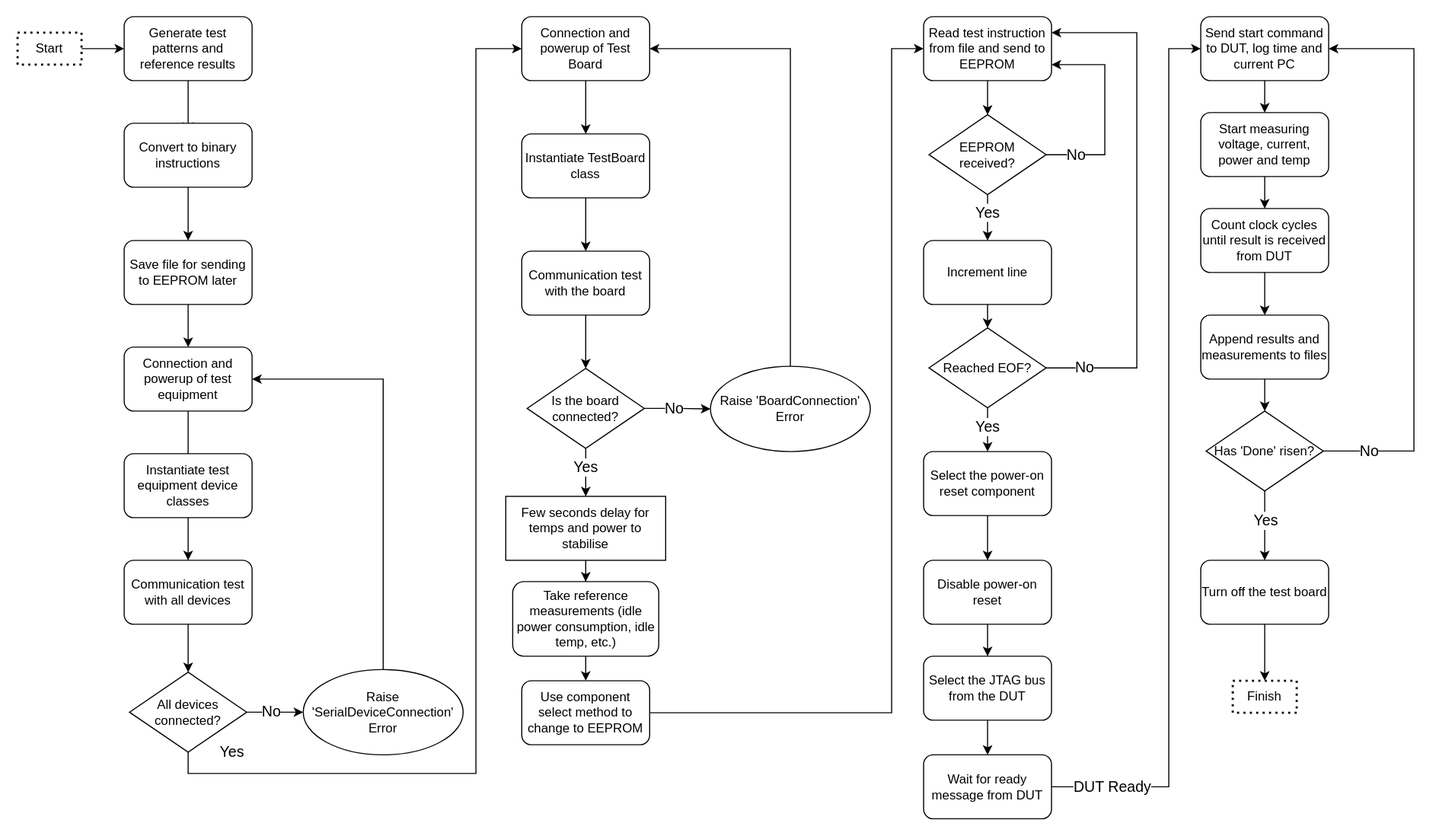
Before: control_flow.svg, a diagram exported from draw.io (InonL/validation). Source tidied: cells renumbered, new cells last; positions are measured from the earlier drawing's top-left corner, leaving out a move shared by most shapes. Its diagram source:
```xml
<mxGraphModel>
  <root>
    <mxCell id="0" />
    <mxCell id="1" parent="0" />
    <mxCell id="2" style="rounded=0;html=1;jettySize=auto;orthogonalLoop=1;fontSize=11;endArrow=classic;endFill=1;endSize=8;strokeWidth=1;shadow=0;labelBackgroundColor=none;edgeStyle=orthogonalEdgeStyle;" parent="1" edge="1">
      <mxGeometry relative="1" as="geometry">
        <mxPoint x="160" y="60" as="sourcePoint" />
        <mxPoint x="160" y="110" as="targetPoint" />
      </mxGeometry>
    </mxCell>
    <mxCell id="3" style="edgeStyle=orthogonalEdgeStyle;rounded=0;jettySize=auto;html=1;exitX=0.5;exitY=1;exitDx=0;exitDy=0;" parent="1" edge="1" source="4" target="7">
      <mxGeometry relative="1" as="geometry" />
    </mxCell>
    <mxCell id="4" value="Convert to binary instructions" style="rounded=1;whiteSpace=wrap;html=1;" parent="1" vertex="1">
      <mxGeometry x="100" y="100" width="120" height="60" as="geometry" />
    </mxCell>
    <mxCell id="5" value="Generate test patterns and reference results" style="rounded=1;whiteSpace=wrap;html=1;" parent="1" vertex="1">
      <mxGeometry x="100" width="120" height="60" as="geometry" />
    </mxCell>
    <mxCell id="6" style="edgeStyle=orthogonalEdgeStyle;rounded=0;jettySize=auto;html=1;" parent="1" edge="1" source="7" target="9">
      <mxGeometry relative="1" as="geometry" />
    </mxCell>
    <mxCell id="7" value="Save file for sending to EEPROM later" style="rounded=1;whiteSpace=wrap;html=1;" parent="1" vertex="1">
      <mxGeometry x="100" y="210" width="120" height="60" as="geometry" />
    </mxCell>
    <mxCell id="8" style="edgeStyle=orthogonalEdgeStyle;rounded=0;jettySize=auto;html=1;exitX=0.5;exitY=1;exitDx=0;exitDy=0;" parent="1" edge="1" source="9">
      <mxGeometry relative="1" as="geometry">
        <mxPoint x="160" y="420" as="targetPoint" />
      </mxGeometry>
    </mxCell>
    <mxCell id="9" value="Connection and powerup of test equipment" style="rounded=1;whiteSpace=wrap;html=1;" parent="1" vertex="1">
      <mxGeometry x="100" y="310" width="120" height="60" as="geometry" />
    </mxCell>
    <mxCell id="10" style="edgeStyle=orthogonalEdgeStyle;rounded=0;jettySize=auto;html=1;" parent="1" edge="1" source="11" target="16">
      <mxGeometry relative="1" as="geometry" />
    </mxCell>
    <mxCell id="11" value="Communication test with all devices" style="rounded=1;whiteSpace=wrap;html=1;" parent="1" vertex="1">
      <mxGeometry x="100" y="510" width="120" height="60" as="geometry" />
    </mxCell>
    <mxCell id="12" style="edgeStyle=orthogonalEdgeStyle;rounded=0;jettySize=auto;html=1;" parent="1" edge="1" source="16" target="18">
      <mxGeometry relative="1" as="geometry" />
    </mxCell>
    <mxCell id="13" value="No" style="edgeLabel;html=1;align=center;verticalAlign=middle;fontSize=14;" parent="12" vertex="1">
      <mxGeometry x="-0.03" y="-1" relative="1" as="geometry">
        <mxPoint x="-4" y="-2" as="offset" />
      </mxGeometry>
    </mxCell>
    <mxCell id="14" style="edgeStyle=orthogonalEdgeStyle;rounded=0;jettySize=auto;html=1;exitX=0.5;exitY=1;exitDx=0;exitDy=0;entryX=0;entryY=0.5;entryDx=0;entryDy=0;" parent="1" edge="1" source="16" target="22">
      <mxGeometry relative="1" as="geometry">
        <Array as="points">
          <mxPoint x="160" y="710" />
          <mxPoint x="430" y="710" />
          <mxPoint x="430" y="30" />
        </Array>
      </mxGeometry>
    </mxCell>
    <mxCell id="15" value="Yes" style="edgeLabel;html=1;align=center;verticalAlign=middle;fontSize=14;" parent="14" vertex="1">
      <mxGeometry x="-0.2" y="-1" relative="1" as="geometry">
        <mxPoint x="-231" y="94" as="offset" />
      </mxGeometry>
    </mxCell>
    <mxCell id="16" value="All devices connected?" style="rhombus;whiteSpace=wrap;html=1;" parent="1" vertex="1">
      <mxGeometry x="105" y="615" width="110" height="75" as="geometry" />
    </mxCell>
    <mxCell id="17" style="edgeStyle=orthogonalEdgeStyle;rounded=0;jettySize=auto;html=1;exitX=0.5;exitY=0;exitDx=0;exitDy=0;entryX=1;entryY=0.5;entryDx=0;entryDy=0;" parent="1" edge="1" source="18" target="9">
      <mxGeometry relative="1" as="geometry" />
    </mxCell>
    <mxCell id="18" value="Raise 'SerialDeviceConnection' Error" style="ellipse;whiteSpace=wrap;html=1;" parent="1" vertex="1">
      <mxGeometry x="268" y="612.5" width="150" height="80" as="geometry" />
    </mxCell>
    <mxCell id="19" style="edgeStyle=orthogonalEdgeStyle;rounded=0;jettySize=auto;html=1;exitX=0.5;exitY=1;exitDx=0;exitDy=0;entryX=0.5;entryY=0;entryDx=0;entryDy=0;" parent="1" edge="1" source="20" target="11">
      <mxGeometry relative="1" as="geometry" />
    </mxCell>
    <mxCell id="20" value="Instantiate test equipment device classes" style="rounded=1;whiteSpace=wrap;html=1;" parent="1" vertex="1">
      <mxGeometry x="100" y="410" width="120" height="60" as="geometry" />
    </mxCell>
    <mxCell id="21" style="edgeStyle=orthogonalEdgeStyle;rounded=0;jettySize=auto;html=1;" parent="1" edge="1" source="22" target="26">
      <mxGeometry relative="1" as="geometry" />
    </mxCell>
    <mxCell id="22" value="Connection and powerup of Test Board" style="rounded=1;whiteSpace=wrap;html=1;" parent="1" vertex="1">
      <mxGeometry x="473" width="120" height="60" as="geometry" />
    </mxCell>
    <mxCell id="23" style="edgeStyle=orthogonalEdgeStyle;rounded=0;jettySize=auto;html=1;" parent="1" edge="1" source="24" target="5">
      <mxGeometry relative="1" as="geometry" />
    </mxCell>
    <mxCell id="24" value="Start" style="rounded=0;whiteSpace=wrap;html=1;dashed=1;dashPattern=1 2;strokeWidth=2;" parent="1" vertex="1">
      <mxGeometry y="15" width="60" height="30" as="geometry" />
    </mxCell>
    <mxCell id="25" style="edgeStyle=orthogonalEdgeStyle;rounded=0;jettySize=auto;html=1;" parent="1" edge="1" source="26" target="35">
      <mxGeometry relative="1" as="geometry" />
    </mxCell>
    <mxCell id="26" value="Instantiate TestBoard class" style="rounded=1;whiteSpace=wrap;html=1;" parent="1" vertex="1">
      <mxGeometry x="473" y="110" width="120" height="60" as="geometry" />
    </mxCell>
    <mxCell id="27" style="edgeStyle=orthogonalEdgeStyle;rounded=0;jettySize=auto;html=1;" parent="1" edge="1" source="31" target="33">
      <mxGeometry relative="1" as="geometry" />
    </mxCell>
    <mxCell id="28" value="No" style="edgeLabel;html=1;align=center;verticalAlign=middle;fontSize=14;" parent="27" vertex="1">
      <mxGeometry x="-0.12" relative="1" as="geometry">
        <mxPoint x="-1" as="offset" />
      </mxGeometry>
    </mxCell>
    <mxCell id="29" style="edgeStyle=orthogonalEdgeStyle;rounded=0;jettySize=auto;html=1;" parent="1" edge="1" source="31" target="37">
      <mxGeometry relative="1" as="geometry" />
    </mxCell>
    <mxCell id="30" value="Yes" style="edgeLabel;html=1;align=center;verticalAlign=middle;fontSize=14;" parent="29" vertex="1">
      <mxGeometry x="-0.47" y="-1" relative="1" as="geometry">
        <mxPoint y="5" as="offset" />
      </mxGeometry>
    </mxCell>
    <mxCell id="31" value="Is the board connected?" style="rhombus;whiteSpace=wrap;html=1;" parent="1" vertex="1">
      <mxGeometry x="478" y="330" width="110" height="75" as="geometry" />
    </mxCell>
    <mxCell id="32" style="edgeStyle=orthogonalEdgeStyle;rounded=0;jettySize=auto;html=1;exitX=0.5;exitY=0;exitDx=0;exitDy=0;entryX=1;entryY=0.5;entryDx=0;entryDy=0;" parent="1" edge="1" source="33" target="22">
      <mxGeometry relative="1" as="geometry" />
    </mxCell>
    <mxCell id="33" value="Raise 'BoardConnection' Error" style="ellipse;whiteSpace=wrap;html=1;" parent="1" vertex="1">
      <mxGeometry x="650" y="328" width="150" height="80" as="geometry" />
    </mxCell>
    <mxCell id="34" style="edgeStyle=orthogonalEdgeStyle;rounded=0;jettySize=auto;html=1;" parent="1" edge="1" source="35" target="31">
      <mxGeometry relative="1" as="geometry" />
    </mxCell>
    <mxCell id="35" value="Communication test with the board" style="rounded=1;whiteSpace=wrap;html=1;" parent="1" vertex="1">
      <mxGeometry x="473" y="220" width="120" height="60" as="geometry" />
    </mxCell>
    <mxCell id="36" style="edgeStyle=orthogonalEdgeStyle;rounded=0;jettySize=auto;html=1;" parent="1" edge="1" source="37" target="39">
      <mxGeometry relative="1" as="geometry" />
    </mxCell>
    <mxCell id="37" value="Few seconds delay for temps and power to stabilise" style="rounded=0;whiteSpace=wrap;html=1;" parent="1" vertex="1">
      <mxGeometry x="458" y="450" width="150" height="60" as="geometry" />
    </mxCell>
    <mxCell id="38" style="edgeStyle=orthogonalEdgeStyle;rounded=0;jettySize=auto;html=1;" parent="1" edge="1" source="39" target="41">
      <mxGeometry relative="1" as="geometry" />
    </mxCell>
    <mxCell id="39" value="&lt;font style=&quot;font-size: 12px;&quot;&gt;Take reference measurements (idle power consumption, idle temp, etc.)&lt;/font&gt;" style="rounded=1;whiteSpace=wrap;html=1;" parent="1" vertex="1">
      <mxGeometry x="464.5" y="530" width="137" height="70" as="geometry" />
    </mxCell>
    <mxCell id="40" style="edgeStyle=orthogonalEdgeStyle;rounded=0;jettySize=auto;html=1;exitX=1;exitY=0.5;exitDx=0;exitDy=0;entryX=0;entryY=0.5;entryDx=0;entryDy=0;" parent="1" edge="1" source="41" target="43">
      <mxGeometry relative="1" as="geometry">
        <Array as="points">
          <mxPoint x="820" y="653" />
          <mxPoint x="820" y="30" />
        </Array>
      </mxGeometry>
    </mxCell>
    <mxCell id="41" value="Use component select method to change to EEPROM" style="rounded=1;whiteSpace=wrap;html=1;" parent="1" vertex="1">
      <mxGeometry x="473" y="623" width="120" height="60" as="geometry" />
    </mxCell>
    <mxCell id="42" style="edgeStyle=orthogonalEdgeStyle;rounded=0;jettySize=auto;html=1;" parent="1" edge="1" source="43" target="48">
      <mxGeometry relative="1" as="geometry" />
    </mxCell>
    <mxCell id="43" value="Read test instruction from file and send to EEPROM" style="rounded=1;whiteSpace=wrap;html=1;" parent="1" vertex="1">
      <mxGeometry x="850" width="120" height="60" as="geometry" />
    </mxCell>
    <mxCell id="44" style="edgeStyle=orthogonalEdgeStyle;rounded=0;jettySize=auto;html=1;" parent="1" edge="1" source="48" target="50">
      <mxGeometry relative="1" as="geometry" />
    </mxCell>
    <mxCell id="45" value="Yes" style="edgeLabel;html=1;align=center;verticalAlign=middle;fontSize=14;" parent="44" vertex="1">
      <mxGeometry x="-0.62" y="4" relative="1" as="geometry">
        <mxPoint x="-5" y="8" as="offset" />
      </mxGeometry>
    </mxCell>
    <mxCell id="46" style="edgeStyle=orthogonalEdgeStyle;rounded=0;jettySize=auto;html=1;exitX=1;exitY=0.5;exitDx=0;exitDy=0;entryX=1;entryY=0.75;entryDx=0;entryDy=0;" parent="1" edge="1" source="48" target="43">
      <mxGeometry relative="1" as="geometry">
        <Array as="points">
          <mxPoint x="1020" y="130" />
          <mxPoint x="1020" y="45" />
        </Array>
      </mxGeometry>
    </mxCell>
    <mxCell id="47" value="No" style="edgeLabel;html=1;align=center;verticalAlign=middle;fontSize=14;" parent="46" vertex="1">
      <mxGeometry x="-0.71" y="-1" relative="1" as="geometry">
        <mxPoint y="-1" as="offset" />
      </mxGeometry>
    </mxCell>
    <mxCell id="48" value="&lt;div&gt;EEPROM&lt;/div&gt;&lt;div&gt;received?&lt;br&gt;&lt;/div&gt;" style="rhombus;whiteSpace=wrap;html=1;" parent="1" vertex="1">
      <mxGeometry x="855" y="92" width="110" height="75" as="geometry" />
    </mxCell>
    <mxCell id="49" style="edgeStyle=orthogonalEdgeStyle;rounded=0;jettySize=auto;html=1;" parent="1" edge="1" source="50" target="55">
      <mxGeometry relative="1" as="geometry" />
    </mxCell>
    <mxCell id="50" value="Increment line" style="rounded=1;whiteSpace=wrap;html=1;" parent="1" vertex="1">
      <mxGeometry x="850" y="210" width="120" height="60" as="geometry" />
    </mxCell>
    <mxCell id="51" style="edgeStyle=orthogonalEdgeStyle;rounded=0;jettySize=auto;html=1;exitX=1;exitY=0.5;exitDx=0;exitDy=0;entryX=1;entryY=0.25;entryDx=0;entryDy=0;" parent="1" edge="1" source="55" target="43">
      <mxGeometry relative="1" as="geometry">
        <Array as="points">
          <mxPoint x="1050" y="330" />
          <mxPoint x="1050" y="15" />
        </Array>
      </mxGeometry>
    </mxCell>
    <mxCell id="52" value="No" style="edgeLabel;html=1;align=center;verticalAlign=middle;fontSize=14;" parent="51" vertex="1">
      <mxGeometry x="-0.89" y="3" relative="1" as="geometry">
        <mxPoint x="9" y="2" as="offset" />
      </mxGeometry>
    </mxCell>
    <mxCell id="53" style="edgeStyle=orthogonalEdgeStyle;rounded=0;jettySize=auto;html=1;" parent="1" edge="1" source="55" target="57">
      <mxGeometry relative="1" as="geometry" />
    </mxCell>
    <mxCell id="54" value="Yes" style="edgeLabel;html=1;align=center;verticalAlign=middle;fontSize=14;" parent="53" vertex="1">
      <mxGeometry x="-0.12" y="-2" relative="1" as="geometry">
        <mxPoint x="1" y="-1" as="offset" />
      </mxGeometry>
    </mxCell>
    <mxCell id="55" value="Reached EOF?" style="rhombus;whiteSpace=wrap;html=1;" parent="1" vertex="1">
      <mxGeometry x="855" y="292" width="110" height="75" as="geometry" />
    </mxCell>
    <mxCell id="56" style="edgeStyle=orthogonalEdgeStyle;rounded=0;jettySize=auto;html=1;" parent="1" edge="1" source="57" target="59">
      <mxGeometry relative="1" as="geometry" />
    </mxCell>
    <mxCell id="57" value="Select the power-on reset component" style="rounded=1;whiteSpace=wrap;html=1;" parent="1" vertex="1">
      <mxGeometry x="850" y="408" width="120" height="60" as="geometry" />
    </mxCell>
    <mxCell id="58" style="edgeStyle=orthogonalEdgeStyle;rounded=0;jettySize=auto;html=1;" parent="1" edge="1" source="59" target="61">
      <mxGeometry relative="1" as="geometry" />
    </mxCell>
    <mxCell id="59" value="Disable power-on reset" style="rounded=1;whiteSpace=wrap;html=1;" parent="1" vertex="1">
      <mxGeometry x="850" y="510" width="120" height="60" as="geometry" />
    </mxCell>
    <mxCell id="60" style="edgeStyle=orthogonalEdgeStyle;rounded=0;jettySize=auto;html=1;" parent="1" edge="1" source="61" target="64">
      <mxGeometry relative="1" as="geometry" />
    </mxCell>
    <mxCell id="61" value="Select the JTAG bus from the DUT" style="rounded=1;whiteSpace=wrap;html=1;" parent="1" vertex="1">
      <mxGeometry x="850" y="600" width="120" height="60" as="geometry" />
    </mxCell>
    <mxCell id="62" style="edgeStyle=orthogonalEdgeStyle;rounded=0;jettySize=auto;html=1;exitX=1;exitY=0.5;exitDx=0;exitDy=0;entryX=0;entryY=0.5;entryDx=0;entryDy=0;" parent="1" edge="1" source="64" target="66">
      <mxGeometry relative="1" as="geometry">
        <Array as="points">
          <mxPoint x="1080" y="723" />
          <mxPoint x="1080" y="30" />
        </Array>
      </mxGeometry>
    </mxCell>
    <mxCell id="63" value="DUT Ready" style="edgeLabel;html=1;align=center;verticalAlign=middle;fontSize=14;" parent="62" vertex="1">
      <mxGeometry x="-0.87" y="-3" relative="1" as="geometry">
        <mxPoint y="-3" as="offset" />
      </mxGeometry>
    </mxCell>
    <mxCell id="64" value="Wait for ready message from DUT" style="rounded=1;whiteSpace=wrap;html=1;" parent="1" vertex="1">
      <mxGeometry x="850" y="692.5" width="120" height="60" as="geometry" />
    </mxCell>
    <mxCell id="65" style="edgeStyle=orthogonalEdgeStyle;rounded=0;jettySize=auto;html=1;" parent="1" edge="1" source="66" target="68">
      <mxGeometry relative="1" as="geometry" />
    </mxCell>
    <mxCell id="66" value="Send start command to DUT, log time and current PC" style="rounded=1;whiteSpace=wrap;html=1;" parent="1" vertex="1">
      <mxGeometry x="1110" width="120" height="60" as="geometry" />
    </mxCell>
    <mxCell id="67" style="edgeStyle=orthogonalEdgeStyle;rounded=0;jettySize=auto;html=1;" parent="1" edge="1" source="68" target="70">
      <mxGeometry relative="1" as="geometry" />
    </mxCell>
    <mxCell id="68" value="Start measuring voltage, current, power and temp" style="rounded=1;whiteSpace=wrap;html=1;" parent="1" vertex="1">
      <mxGeometry x="1110" y="90" width="120" height="60" as="geometry" />
    </mxCell>
    <mxCell id="69" style="edgeStyle=orthogonalEdgeStyle;rounded=0;jettySize=auto;html=1;" parent="1" edge="1" source="70" target="72">
      <mxGeometry relative="1" as="geometry" />
    </mxCell>
    <mxCell id="70" value="&lt;div&gt;Count clock cycles until result is received from DUT&lt;br&gt;&lt;/div&gt;" style="rounded=1;whiteSpace=wrap;html=1;" parent="1" vertex="1">
      <mxGeometry x="1110" y="180" width="120" height="60" as="geometry" />
    </mxCell>
    <mxCell id="71" style="edgeStyle=orthogonalEdgeStyle;rounded=0;jettySize=auto;html=1;" parent="1" edge="1" source="72" target="77">
      <mxGeometry relative="1" as="geometry" />
    </mxCell>
    <mxCell id="72" value="Append results and measurements to files" style="rounded=1;whiteSpace=wrap;html=1;" parent="1" vertex="1">
      <mxGeometry x="1110" y="280" width="120" height="60" as="geometry" />
    </mxCell>
    <mxCell id="73" style="edgeStyle=orthogonalEdgeStyle;rounded=0;jettySize=auto;html=1;exitX=1;exitY=0.5;exitDx=0;exitDy=0;entryX=1;entryY=0.5;entryDx=0;entryDy=0;" parent="1" edge="1" source="77" target="66">
      <mxGeometry relative="1" as="geometry">
        <Array as="points">
          <mxPoint x="1310" y="408" />
          <mxPoint x="1310" y="30" />
        </Array>
      </mxGeometry>
    </mxCell>
    <mxCell id="74" value="No" style="edgeLabel;html=1;align=center;verticalAlign=middle;fontSize=14;" parent="73" vertex="1">
      <mxGeometry x="-0.84" y="-2" relative="1" as="geometry">
        <mxPoint x="-1" y="-2" as="offset" />
      </mxGeometry>
    </mxCell>
    <mxCell id="75" style="edgeStyle=orthogonalEdgeStyle;rounded=0;jettySize=auto;html=1;" parent="1" edge="1" source="77" target="79">
      <mxGeometry relative="1" as="geometry" />
    </mxCell>
    <mxCell id="76" value="Yes" style="edgeLabel;html=1;align=center;verticalAlign=middle;fontSize=14;" parent="75" vertex="1">
      <mxGeometry x="-0.17" relative="1" as="geometry" />
    </mxCell>
    <mxCell id="77" value="Has 'Done' risen?" style="rhombus;whiteSpace=wrap;html=1;" parent="1" vertex="1">
      <mxGeometry x="1115" y="370" width="110" height="75" as="geometry" />
    </mxCell>
    <mxCell id="78" style="edgeStyle=orthogonalEdgeStyle;rounded=0;jettySize=auto;html=1;" parent="1" edge="1" source="79" target="80">
      <mxGeometry relative="1" as="geometry" />
    </mxCell>
    <mxCell id="79" value="Turn off the test board" style="rounded=1;whiteSpace=wrap;html=1;" parent="1" vertex="1">
      <mxGeometry x="1110" y="510" width="120" height="60" as="geometry" />
    </mxCell>
    <mxCell id="80" value="Finish" style="rounded=0;whiteSpace=wrap;html=1;dashed=1;dashPattern=1 2;strokeWidth=2;" parent="1" vertex="1">
      <mxGeometry x="1140" y="623" width="60" height="30" as="geometry" />
    </mxCell>
  </root>
</mxGraphModel>
```
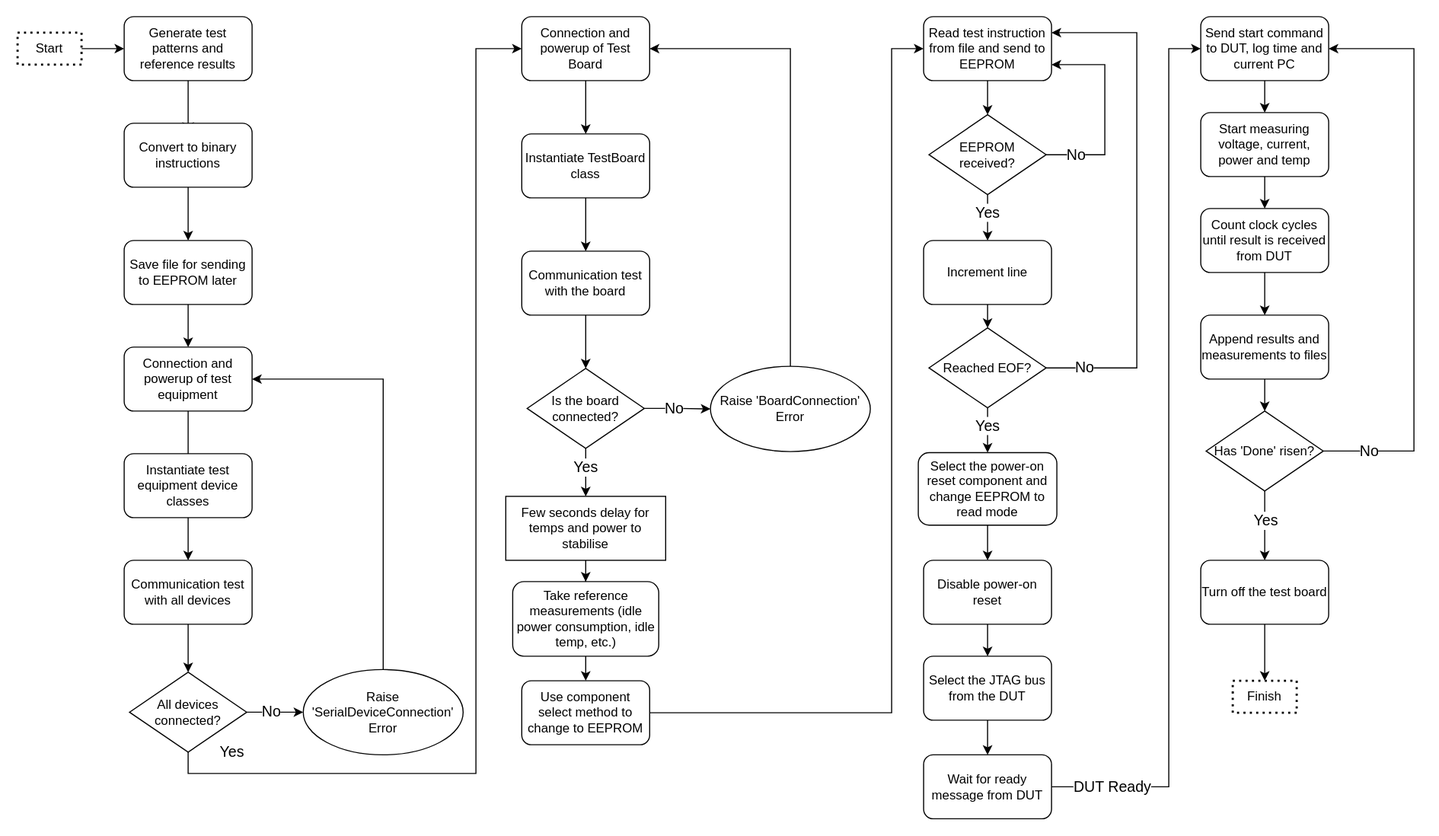
Above is the later version.

Commit message:
control flow diagram correction

What changed in the source:
```diff
@@ -200,7 +200,7 @@
     </mxCell>
     <mxCell id="54" value="Yes" style="edgeLabel;html=1;align=center;verticalAlign=middle;fontSize=14;" parent="53" vertex="1">
       <mxGeometry x="-0.12" y="-2" relative="1" as="geometry">
-        <mxPoint x="1" y="-1" as="offset" />
+        <mxPoint x="1" y="-2" as="offset" />
       </mxGeometry>
     </mxCell>
     <mxCell id="55" value="Reached EOF?" style="rhombus;whiteSpace=wrap;html=1;" parent="1" vertex="1">
@@ -209,8 +209,8 @@
     <mxCell id="56" style="edgeStyle=orthogonalEdgeStyle;rounded=0;jettySize=auto;html=1;" parent="1" edge="1" source="57" target="59">
       <mxGeometry relative="1" as="geometry" />
     </mxCell>
-    <mxCell id="57" value="Select the power-on reset component" style="rounded=1;whiteSpace=wrap;html=1;" parent="1" vertex="1">
-      <mxGeometry x="850" y="408" width="120" height="60" as="geometry" />
+    <mxCell id="57" value="Select the power-on reset component and change EEPROM to read mode" style="rounded=1;whiteSpace=wrap;html=1;" parent="1" vertex="1">
+      <mxGeometry x="845" y="409" width="130" height="68" as="geometry" />
     </mxCell>
     <mxCell id="58" style="edgeStyle=orthogonalEdgeStyle;rounded=0;jettySize=auto;html=1;" parent="1" edge="1" source="59" target="61">
       <mxGeometry relative="1" as="geometry" />
```
